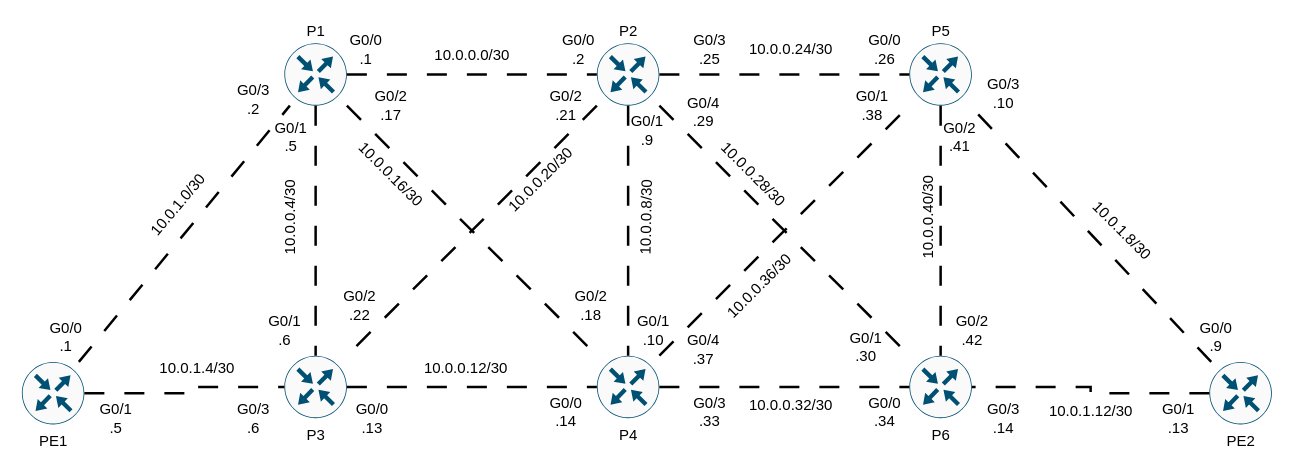
Earlier version of the draw.io diagram page "PE Nodes shown diagram" (3 of 8) of eve-ng-labs/002-ISP-MPLS-Juniper-Lab/ISP-MPLS-Lab-Diagram.drawio (roxron/networking-labs). Source tidied: cells renumbered, new cells numbered last; positions are measured from the earlier drawing's top-left corner, leaving out a move shared by most shapes. Both pictures are drawn from the tidied source at 125%, with x=0, y=0 at pixel (21, 24).
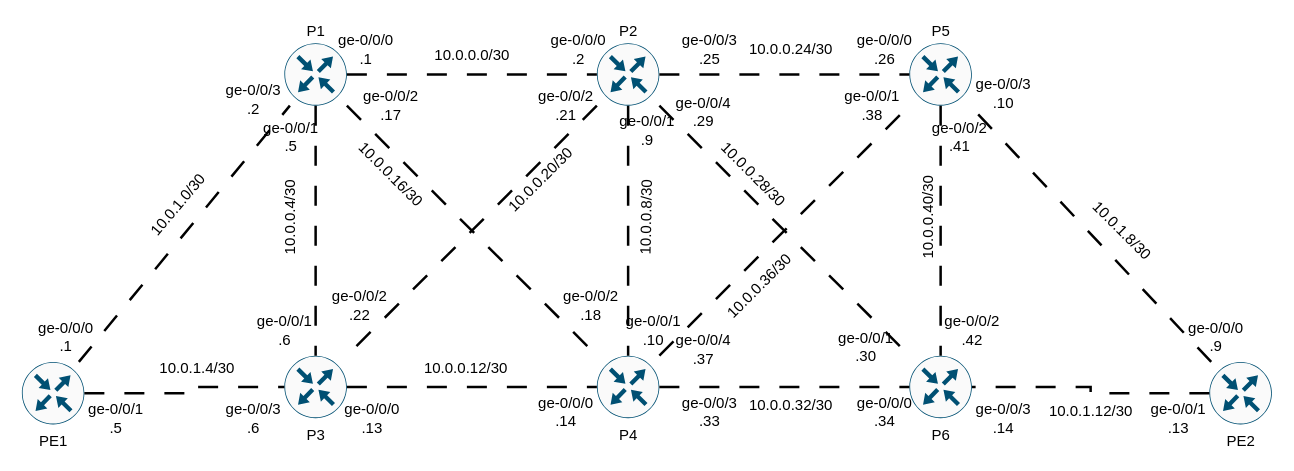
Above is the later version.

The edit, as a diff of the source:
```diff
@@
-    <mxCell id="6" value="G0/0&lt;br&gt;.1" style="text;html=1;align=center;verticalAlign=middle;strokeColor=none;fillColor=none;" parent="1" vertex="1">
+    <mxCell id="6" value="ge-0/0/0&lt;br&gt;.1" style="text;html=1;align=center;verticalAlign=middle;strokeColor=none;fillColor=none;" parent="1" vertex="1">
       <mxGeometry x="240" width="70" height="40" as="geometry" />
     </mxCell>
-    <mxCell id="7" value="G0/0&lt;br&gt;.2" style="text;html=1;align=center;verticalAlign=middle;strokeColor=none;fillColor=none;" parent="1" vertex="1">
+    <mxCell id="7" value="ge-0/0/0&lt;br&gt;.2" style="text;html=1;align=center;verticalAlign=middle;strokeColor=none;fillColor=none;" parent="1" vertex="1">
       <mxGeometry x="410" width="70" height="40" as="geometry" />
     </mxCell>
@@
-    <mxCell id="14" value="G0/1&lt;br&gt;.5" style="text;html=1;align=center;verticalAlign=middle;strokeColor=none;fillColor=none;" parent="1" vertex="1">
+    <mxCell id="14" value="ge-0/0/1&lt;br&gt;.5" style="text;html=1;align=center;verticalAlign=middle;strokeColor=none;fillColor=none;" parent="1" vertex="1">
       <mxGeometry x="180" y="70" width="70" height="40" as="geometry" />
     </mxCell>
-    <mxCell id="15" value="G0/1&lt;br&gt;.6" style="text;html=1;align=center;verticalAlign=middle;strokeColor=none;fillColor=none;" parent="1" vertex="1">
+    <mxCell id="15" value="ge-0/0/1&lt;br&gt;.6" style="text;html=1;align=center;verticalAlign=middle;strokeColor=none;fillColor=none;" parent="1" vertex="1">
       <mxGeometry x="175" y="225" width="70" height="40" as="geometry" />
     </mxCell>
@@
-    <mxCell id="17" value="G0/1&lt;br&gt;.9" style="text;html=1;align=center;verticalAlign=middle;strokeColor=none;fillColor=none;" parent="1" vertex="1">
+    <mxCell id="17" value="ge-0/0/1&lt;br&gt;.9" style="text;html=1;align=center;verticalAlign=middle;strokeColor=none;fillColor=none;" parent="1" vertex="1">
       <mxGeometry x="465" y="65" width="70" height="40" as="geometry" />
     </mxCell>
-    <mxCell id="18" value="G0/1&lt;br&gt;.10" style="text;html=1;align=center;verticalAlign=middle;strokeColor=none;fillColor=none;" parent="1" vertex="1">
+    <mxCell id="18" value="ge-0/0/1&lt;br&gt;.10" style="text;html=1;align=center;verticalAlign=middle;strokeColor=none;fillColor=none;" parent="1" vertex="1">
       <mxGeometry x="470" y="225" width="70" height="40" as="geometry" />
     </mxCell>
@@
-    <mxCell id="20" value="G0/0&lt;br&gt;.13" style="text;html=1;align=center;verticalAlign=middle;strokeColor=none;fillColor=none;" parent="1" vertex="1">
+    <mxCell id="20" value="ge-0/0/0&lt;br&gt;.13" style="text;html=1;align=center;verticalAlign=middle;strokeColor=none;fillColor=none;" parent="1" vertex="1">
       <mxGeometry x="245" y="295" width="70" height="40" as="geometry" />
     </mxCell>
-    <mxCell id="21" value="G0/0&lt;br&gt;.14" style="text;html=1;align=center;verticalAlign=middle;strokeColor=none;fillColor=none;" parent="1" vertex="1">
+    <mxCell id="21" value="ge-0/0/0&lt;br&gt;.14" style="text;html=1;align=center;verticalAlign=middle;strokeColor=none;fillColor=none;" parent="1" vertex="1">
       <mxGeometry x="400" y="290" width="70" height="40" as="geometry" />
     </mxCell>
@@
-    <mxCell id="25" value="G0/2&lt;br&gt;.17" style="text;html=1;align=center;verticalAlign=middle;strokeColor=none;fillColor=none;" parent="1" vertex="1">
+    <mxCell id="25" value="ge-0/0/2&lt;br&gt;.17" style="text;html=1;align=center;verticalAlign=middle;strokeColor=none;fillColor=none;" parent="1" vertex="1">
       <mxGeometry x="260" y="45" width="70" height="40" as="geometry" />
     </mxCell>
-    <mxCell id="26" value="G0/2&lt;br&gt;.18" style="text;html=1;align=center;verticalAlign=middle;strokeColor=none;fillColor=none;" parent="1" vertex="1">
+    <mxCell id="26" value="ge-0/0/2&lt;br&gt;.18" style="text;html=1;align=center;verticalAlign=middle;strokeColor=none;fillColor=none;" parent="1" vertex="1">
       <mxGeometry x="420" y="205" width="70" height="40" as="geometry" />
     </mxCell>
@@
-    <mxCell id="28" value="G0/2&lt;br&gt;.21" style="text;html=1;align=center;verticalAlign=middle;strokeColor=none;fillColor=none;" parent="1" vertex="1">
+    <mxCell id="28" value="ge-0/0/2&lt;br&gt;.21" style="text;html=1;align=center;verticalAlign=middle;strokeColor=none;fillColor=none;" parent="1" vertex="1">
       <mxGeometry x="400" y="45" width="70" height="40" as="geometry" />
     </mxCell>
-    <mxCell id="29" value="G0/2&lt;br&gt;.22" style="text;html=1;align=center;verticalAlign=middle;strokeColor=none;fillColor=none;" parent="1" vertex="1">
+    <mxCell id="29" value="ge-0/0/2&lt;br&gt;.22" style="text;html=1;align=center;verticalAlign=middle;strokeColor=none;fillColor=none;" parent="1" vertex="1">
       <mxGeometry x="235" y="205" width="70" height="40" as="geometry" />
     </mxCell>
@@
-    <mxCell id="34" value="G0/3&lt;br&gt;.25" style="text;html=1;align=center;verticalAlign=middle;strokeColor=none;fillColor=none;" parent="1" vertex="1">
+    <mxCell id="34" value="ge-0/0/3&lt;br&gt;.25" style="text;html=1;align=center;verticalAlign=middle;strokeColor=none;fillColor=none;" parent="1" vertex="1">
       <mxGeometry x="515" width="70" height="40" as="geometry" />
     </mxCell>
-    <mxCell id="35" value="G0/0&lt;br&gt;.26" style="text;html=1;align=center;verticalAlign=middle;strokeColor=none;fillColor=none;" parent="1" vertex="1">
+    <mxCell id="35" value="ge-0/0/0&lt;br&gt;.26" style="text;html=1;align=center;verticalAlign=middle;strokeColor=none;fillColor=none;" parent="1" vertex="1">
       <mxGeometry x="655" width="70" height="40" as="geometry" />
     </mxCell>
@@
-    <mxCell id="38" value="G0/4&lt;br&gt;.29" style="text;html=1;align=center;verticalAlign=middle;strokeColor=none;fillColor=none;" parent="1" vertex="1">
+    <mxCell id="38" value="ge-0/0/4&lt;br&gt;.29" style="text;html=1;align=center;verticalAlign=middle;strokeColor=none;fillColor=none;" parent="1" vertex="1">
       <mxGeometry x="510" y="50" width="70" height="40" as="geometry" />
     </mxCell>
-    <mxCell id="39" value="G0/1&lt;br&gt;.30" style="text;html=1;align=center;verticalAlign=middle;strokeColor=none;fillColor=none;" parent="1" vertex="1">
+    <mxCell id="39" value="ge-0/0/1&lt;br&gt;.30" style="text;html=1;align=center;verticalAlign=middle;strokeColor=none;fillColor=none;" parent="1" vertex="1">
       <mxGeometry x="640" y="238" width="70" height="40" as="geometry" />
     </mxCell>
@@
-    <mxCell id="42" value="G0/3&lt;br&gt;.33" style="text;html=1;align=center;verticalAlign=middle;strokeColor=none;fillColor=none;" parent="1" vertex="1">
+    <mxCell id="42" value="ge-0/0/3&lt;br&gt;.33" style="text;html=1;align=center;verticalAlign=middle;strokeColor=none;fillColor=none;" parent="1" vertex="1">
       <mxGeometry x="515" y="290" width="70" height="40" as="geometry" />
     </mxCell>
-    <mxCell id="43" value="G0/0&lt;br&gt;.34" style="text;html=1;align=center;verticalAlign=middle;strokeColor=none;fillColor=none;" parent="1" vertex="1">
+    <mxCell id="43" value="ge-0/0/0&lt;br&gt;.34" style="text;html=1;align=center;verticalAlign=middle;strokeColor=none;fillColor=none;" parent="1" vertex="1">
       <mxGeometry x="655" y="290" width="70" height="40" as="geometry" />
     </mxCell>
@@
-    <mxCell id="46" value="G0/4&lt;br&gt;.37" style="text;html=1;align=center;verticalAlign=middle;strokeColor=none;fillColor=none;" parent="1" vertex="1">
+    <mxCell id="46" value="ge-0/0/4&lt;br&gt;.37" style="text;html=1;align=center;verticalAlign=middle;strokeColor=none;fillColor=none;" parent="1" vertex="1">
       <mxGeometry x="510" y="240" width="70" height="40" as="geometry" />
     </mxCell>
-    <mxCell id="47" value="G0/1&lt;br&gt;.38" style="text;html=1;align=center;verticalAlign=middle;strokeColor=none;fillColor=none;" parent="1" vertex="1">
+    <mxCell id="47" value="ge-0/0/1&lt;br&gt;.38" style="text;html=1;align=center;verticalAlign=middle;strokeColor=none;fillColor=none;" parent="1" vertex="1">
       <mxGeometry x="645" y="45" width="70" height="40" as="geometry" />
     </mxCell>
@@
-    <mxCell id="50" value="G0/2&lt;br&gt;.41" style="text;html=1;align=center;verticalAlign=middle;strokeColor=none;fillColor=none;" parent="1" vertex="1">
+    <mxCell id="50" value="ge-0/0/2&lt;br&gt;.41" style="text;html=1;align=center;verticalAlign=middle;strokeColor=none;fillColor=none;" parent="1" vertex="1">
       <mxGeometry x="715" y="70" width="70" height="40" as="geometry" />
     </mxCell>
-    <mxCell id="51" value="G0/2&lt;br&gt;.42" style="text;html=1;align=center;verticalAlign=middle;strokeColor=none;fillColor=none;" parent="1" vertex="1">
+    <mxCell id="51" value="ge-0/0/2&lt;br&gt;.42" style="text;html=1;align=center;verticalAlign=middle;strokeColor=none;fillColor=none;" parent="1" vertex="1">
       <mxGeometry x="725" y="225" width="70" height="40" as="geometry" />
     </mxCell>
@@
-    <mxCell id="56" value="G0/0&lt;br&gt;.1" style="text;html=1;align=center;verticalAlign=middle;strokeColor=none;fillColor=none;" parent="1" vertex="1">
+    <mxCell id="56" value="ge-0/0/0&lt;br&gt;.1" style="text;html=1;align=center;verticalAlign=middle;strokeColor=none;fillColor=none;" parent="1" vertex="1">
       <mxGeometry y="230" width="70" height="40" as="geometry" />
     </mxCell>
-    <mxCell id="57" value="G0/3&lt;br&gt;.2" style="text;html=1;align=center;verticalAlign=middle;strokeColor=none;fillColor=none;" parent="1" vertex="1">
+    <mxCell id="57" value="ge-0/0/3&lt;br&gt;.2" style="text;html=1;align=center;verticalAlign=middle;strokeColor=none;fillColor=none;" parent="1" vertex="1">
       <mxGeometry x="150" y="40" width="70" height="40" as="geometry" />
     </mxCell>
@@
-    <mxCell id="60" value="G0/1&lt;br&gt;.5" style="text;html=1;align=center;verticalAlign=middle;strokeColor=none;fillColor=none;" parent="1" vertex="1">
+    <mxCell id="60" value="ge-0/0/1&lt;br&gt;.5" style="text;html=1;align=center;verticalAlign=middle;strokeColor=none;fillColor=none;" parent="1" vertex="1">
       <mxGeometry x="40" y="295" width="70" height="40" as="geometry" />
     </mxCell>
-    <mxCell id="61" value="G0/3&lt;br&gt;.6" style="text;html=1;align=center;verticalAlign=middle;strokeColor=none;fillColor=none;" parent="1" vertex="1">
+    <mxCell id="61" value="ge-0/0/3&lt;br&gt;.6" style="text;html=1;align=center;verticalAlign=middle;strokeColor=none;fillColor=none;" parent="1" vertex="1">
       <mxGeometry x="150" y="295" width="70" height="40" as="geometry" />
     </mxCell>
@@
-    <mxCell id="64" value="G0/0&lt;br&gt;.9" style="text;html=1;align=center;verticalAlign=middle;strokeColor=none;fillColor=none;" parent="1" vertex="1">
+    <mxCell id="64" value="ge-0/0/0&lt;br&gt;.9" style="text;html=1;align=center;verticalAlign=middle;strokeColor=none;fillColor=none;" parent="1" vertex="1">
       <mxGeometry x="920" y="230" width="70" height="40" as="geometry" />
     </mxCell>
-    <mxCell id="65" value="G0/3&lt;br&gt;.10" style="text;html=1;align=center;verticalAlign=middle;strokeColor=none;fillColor=none;" parent="1" vertex="1">
+    <mxCell id="65" value="ge-0/0/3&lt;br&gt;.10" style="text;html=1;align=center;verticalAlign=middle;strokeColor=none;fillColor=none;" parent="1" vertex="1">
       <mxGeometry x="750" y="35" width="70" height="40" as="geometry" />
     </mxCell>
@@
-    <mxCell id="68" value="G0/1&lt;br&gt;.13" style="text;html=1;align=center;verticalAlign=middle;strokeColor=none;fillColor=none;" parent="1" vertex="1">
+    <mxCell id="68" value="ge-0/0/1&lt;br&gt;.13" style="text;html=1;align=center;verticalAlign=middle;strokeColor=none;fillColor=none;" parent="1" vertex="1">
       <mxGeometry x="890" y="295" width="70" height="40" as="geometry" />
     </mxCell>
-    <mxCell id="69" value="G0/3&lt;br&gt;.14" style="text;html=1;align=center;verticalAlign=middle;strokeColor=none;fillColor=none;" parent="1" vertex="1">
+    <mxCell id="69" value="ge-0/0/3&lt;br&gt;.14" style="text;html=1;align=center;verticalAlign=middle;strokeColor=none;fillColor=none;" parent="1" vertex="1">
       <mxGeometry x="750" y="295" width="70" height="40" as="geometry" />
     </mxCell>
```
